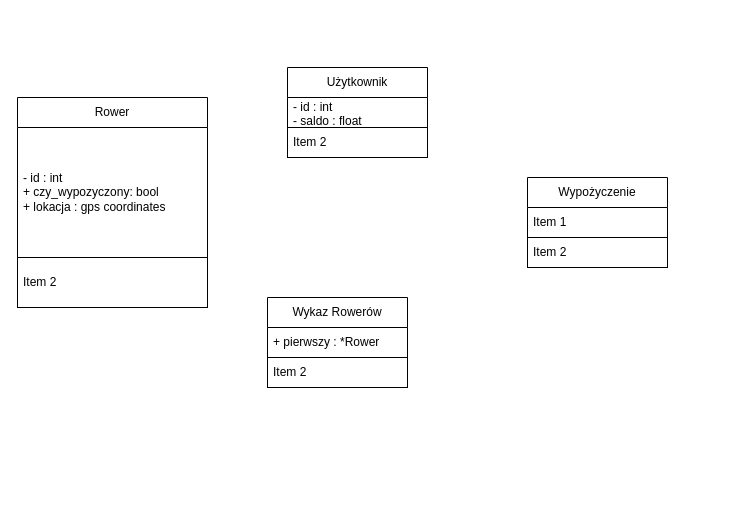
Earlier version of the draw.io diagram Untitled Diagram.drawio (KarolinaPiechowicz05/2024-12-31). Source tidied: cells renumbered, new cells numbered last; positions are measured from the earlier drawing's top-left corner, leaving out a move shared by most shapes. Both pictures are drawn from the tidied source at 100%, with x=0, y=0 at pixel (17, 67).
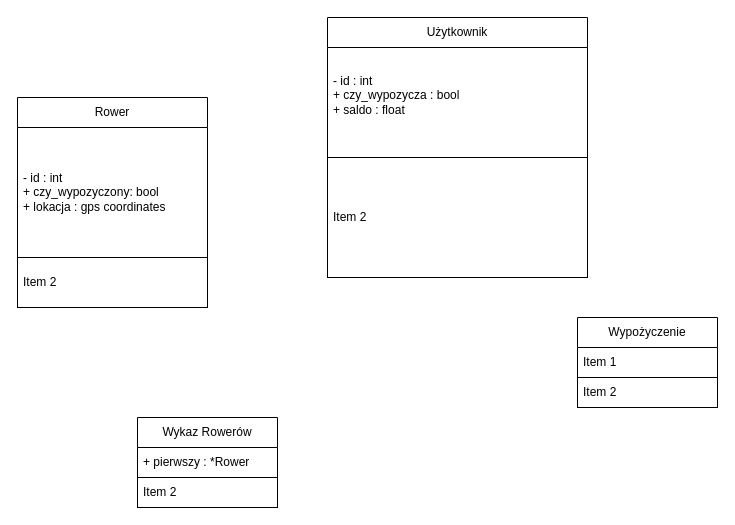
The same page after the edit.

What changed in the source:
```diff
@@
 <mxGraphModel>
   <root>
     <mxCell id="0" />
     <mxCell id="1" parent="0" />
     <mxCell id="2" value="Użytkownik" style="swimlane;fontStyle=0;horizontal=1;startSize=30;whiteSpace=wrap;html=1;" parent="1" vertex="1">
-      <mxGeometry x="270" width="140" height="90" as="geometry" />
+      <mxGeometry x="310" y="-50" width="260" height="260" as="geometry" />
     </mxCell>
-    <mxCell id="3" value="&lt;div&gt;- id : int&lt;/div&gt;&lt;div&gt;- saldo : float&lt;br&gt;&lt;/div&gt;" style="text;strokeColor=none;fillColor=none;align=left;verticalAlign=middle;spacingLeft=4;spacingRight=4;overflow=hidden;whiteSpace=wrap;html=1;" parent="2" vertex="1">
-      <mxGeometry y="30" width="140" height="30" as="geometry" />
+    <mxCell id="3" value="&lt;div&gt;- id : int&lt;/div&gt;&lt;div&gt;+ czy_wypozycza : bool&lt;br&gt;&lt;/div&gt;&lt;div&gt;+ saldo : float&lt;/div&gt;&lt;div&gt;&lt;br&gt;&lt;/div&gt;" style="text;strokeColor=none;fillColor=none;align=left;verticalAlign=middle;spacingLeft=4;spacingRight=4;overflow=hidden;whiteSpace=wrap;html=1;" parent="2" vertex="1">
+      <mxGeometry y="30" width="260" height="110" as="geometry" />
     </mxCell>
     <mxCell id="4" value="Item 2" style="text;strokeColor=default;fillColor=none;align=left;verticalAlign=middle;spacingLeft=4;spacingRight=4;overflow=hidden;whiteSpace=wrap;html=1;" parent="2" vertex="1">
-      <mxGeometry y="60" width="140" height="30" as="geometry" />
+      <mxGeometry y="140" width="260" height="120" as="geometry" />
     </mxCell>
     <mxCell id="5" value="Rower" style="swimlane;fontStyle=0;horizontal=1;startSize=30;whiteSpace=wrap;html=1;" parent="1" vertex="1">
       <mxGeometry y="30" width="190" height="210" as="geometry" />
     </mxCell>
     <mxCell id="6" value="- id : int&lt;br&gt;+ czy_wypozyczony: bool&lt;br&gt;+ lokacja : gps coordinates" style="text;strokeColor=none;fillColor=none;align=left;verticalAlign=middle;spacingLeft=4;spacingRight=4;overflow=hidden;whiteSpace=wrap;html=1;" parent="5" vertex="1">
       <mxGeometry y="30" width="190" height="130" as="geometry" />
     </mxCell>
     <mxCell id="7" value="Item 2" style="text;strokeColor=default;fillColor=none;align=left;verticalAlign=middle;spacingLeft=4;spacingRight=4;overflow=hidden;whiteSpace=wrap;html=1;" parent="5" vertex="1">
       <mxGeometry y="160" width="190" height="50" as="geometry" />
     </mxCell>
     <mxCell id="8" value="Wypożyczenie" style="swimlane;fontStyle=0;horizontal=1;startSize=30;whiteSpace=wrap;html=1;" parent="1" vertex="1">
-      <mxGeometry x="510" y="110" width="140" height="90" as="geometry" />
+      <mxGeometry x="560" y="250" width="140" height="90" as="geometry" />
     </mxCell>
     <mxCell id="9" value="Item 1" style="text;strokeColor=none;fillColor=none;align=left;verticalAlign=middle;spacingLeft=4;spacingRight=4;overflow=hidden;whiteSpace=wrap;html=1;" parent="8" vertex="1">
       <mxGeometry y="30" width="140" height="30" as="geometry" />
     </mxCell>
     <mxCell id="10" value="Item 2" style="text;strokeColor=default;fillColor=none;align=left;verticalAlign=middle;spacingLeft=4;spacingRight=4;overflow=hidden;whiteSpace=wrap;html=1;" parent="8" vertex="1">
       <mxGeometry y="60" width="140" height="30" as="geometry" />
     </mxCell>
     <mxCell id="11" value="Wykaz Rowerów" style="swimlane;fontStyle=0;horizontal=1;startSize=30;whiteSpace=wrap;html=1;" parent="1" vertex="1">
-      <mxGeometry x="250" y="230" width="140" height="90" as="geometry" />
+      <mxGeometry x="120" y="350" width="140" height="90" as="geometry" />
     </mxCell>
     <mxCell id="12" value="+ pierwszy : *Rower" style="text;strokeColor=none;fillColor=none;align=left;verticalAlign=middle;spacingLeft=4;spacingRight=4;overflow=hidden;whiteSpace=wrap;html=1;" parent="11" vertex="1">
       <mxGeometry y="30" width="140" height="30" as="geometry" />
     </mxCell>
     <mxCell id="13" value="Item 2" style="text;strokeColor=default;fillColor=none;align=left;verticalAlign=middle;spacingLeft=4;spacingRight=4;overflow=hidden;whiteSpace=wrap;html=1;" parent="11" vertex="1">
       <mxGeometry y="60" width="140" height="30" as="geometry" />
     </mxCell>
   </root>
 </mxGraphModel>
```
